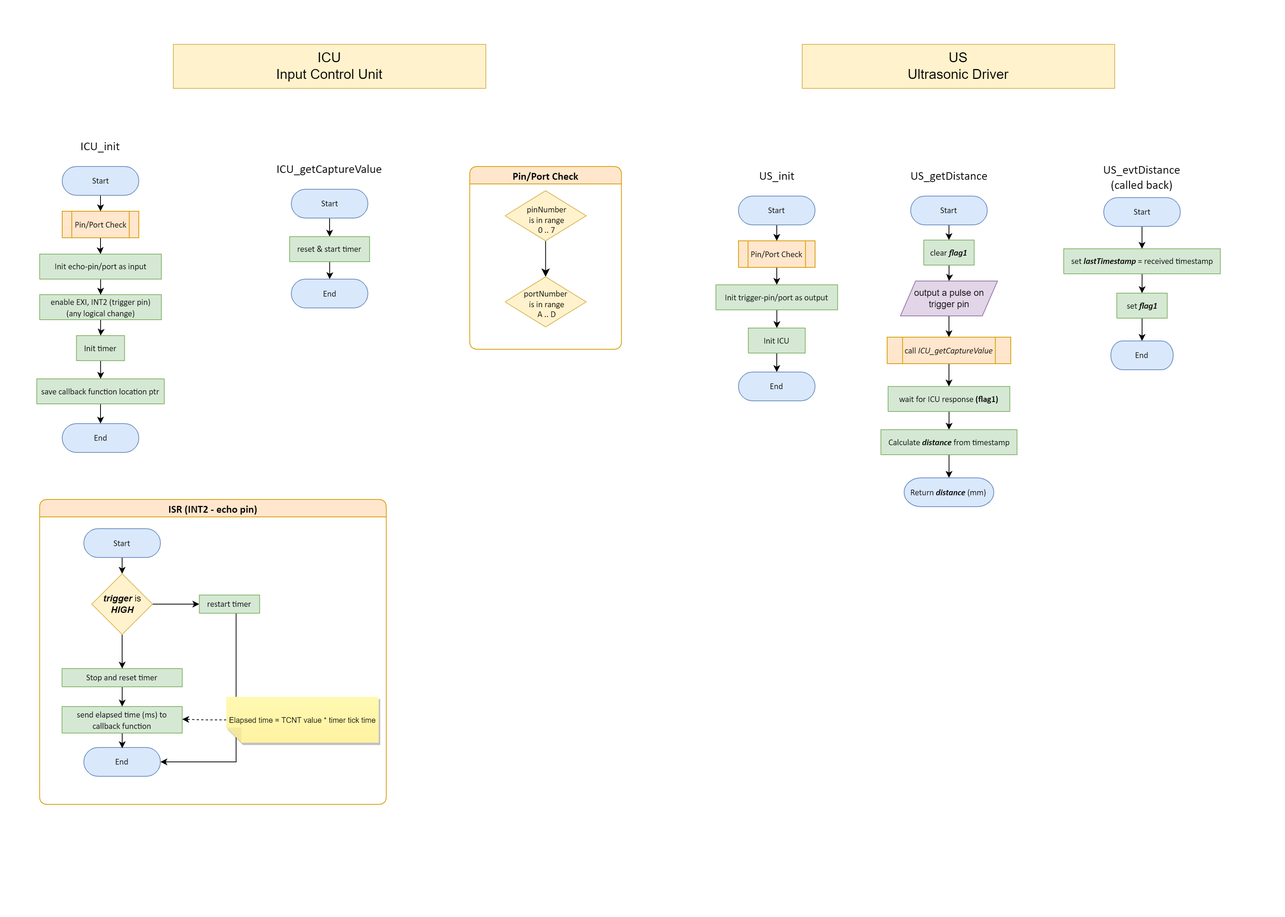
This is Embedded SW Design/S_STATIC_03 - Design an obstacle avoidance car/Flowcharts/Flowcharts - Images/ICU and US.drawio.png from HossamElwahsh/sprints-automotive, a draw.io export, as it was before one commit. Source tidied: cells renumbered, new cells last; positions are measured from the earlier drawing's top-left corner, leaving out a move shared by most shapes.
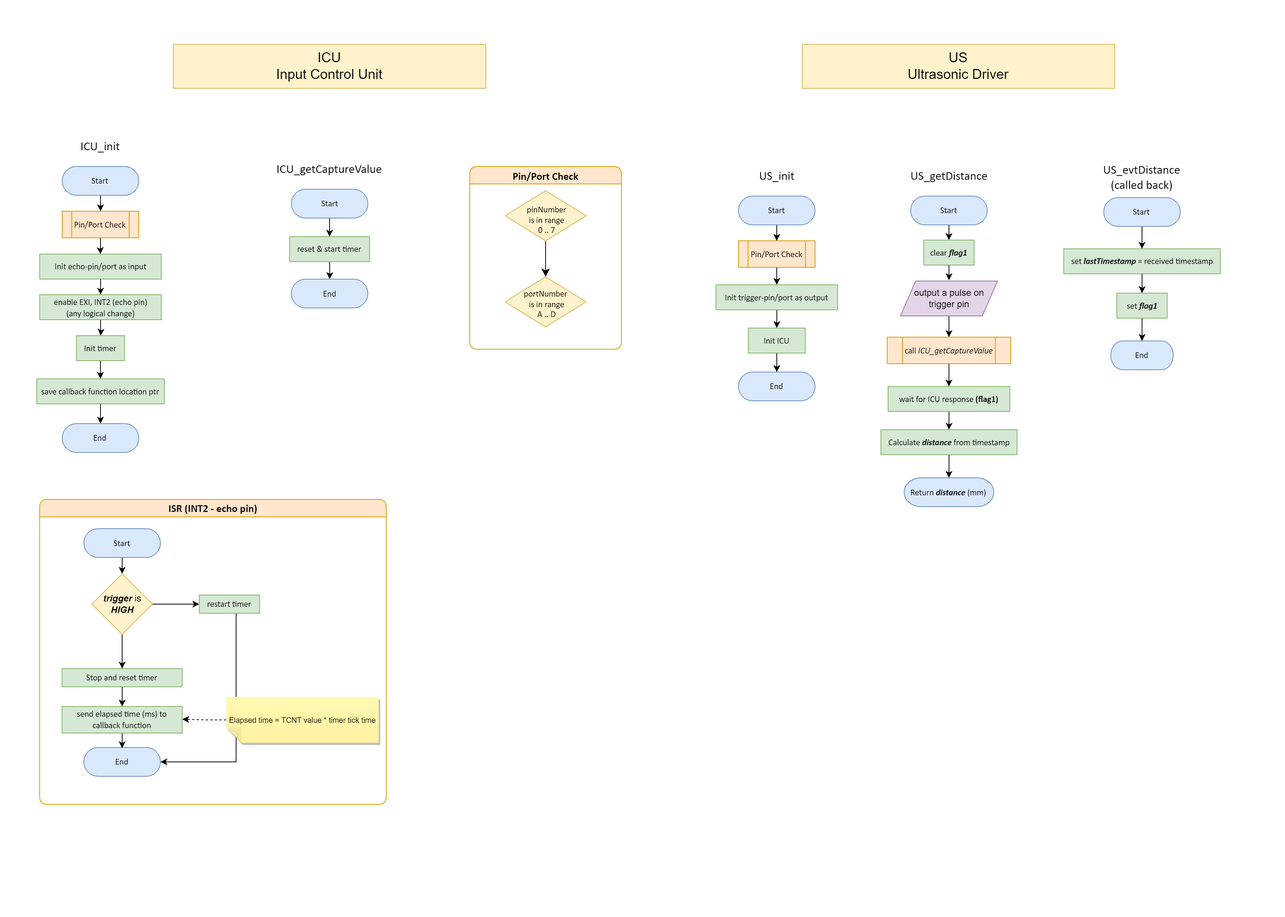
Later version of the same file.

The edit, as a diff of the source:
```diff
@@ -250,7 +250,7 @@
     <mxCell id="81" style="edgeStyle=orthogonalEdgeStyle;rounded=0;jettySize=auto;html=1;entryX=0.5;entryY=0;entryDx=0;entryDy=0;entryPerimeter=0;" parent="1" edge="1" source="82" target="27">
       <mxGeometry relative="1" as="geometry" />
     </mxCell>
-    <mxCell id="82" value="&lt;div style=&quot;&quot;&gt;&lt;span style=&quot;font-size: 11.29px;&quot;&gt;enable EXI, INT2 (trigger pin)&lt;br&gt;(any logical change)&lt;/span&gt;&lt;/div&gt;" style="verticalAlign=middle;align=center;overflow=width;vsdxID=274;fillColor=#d5e8d4;shape=(stored shape, 160 characters);strokeColor=#82b366;spacingTop=-1;spacingBottom=-1;spacingLeft=-1;spacingRight=-1;points=[[0,0.5,0],[1,0.5,0],[0.5,1,0],[0.5,0,0]];labelBackgroundColor=none;rounded=1;html=1;whiteSpace=wrap;fontFamily=Calibri;" parent="1" vertex="1">
+    <mxCell id="82" value="&lt;div style=&quot;&quot;&gt;&lt;span style=&quot;font-size: 11.29px;&quot;&gt;enable EXI, INT2 (echo pin)&lt;br&gt;(any logical change)&lt;/span&gt;&lt;/div&gt;" style="verticalAlign=middle;align=center;overflow=width;vsdxID=274;fillColor=#d5e8d4;shape=(stored shape, 160 characters);strokeColor=#82b366;spacingTop=-1;spacingBottom=-1;spacingLeft=-1;spacingRight=-1;points=[[0,0.5,0],[1,0.5,0],[0.5,1,0],[0.5,0,0]];labelBackgroundColor=none;rounded=1;html=1;whiteSpace=wrap;fontFamily=Calibri;" parent="1" vertex="1">
       <mxGeometry x="3.8" y="330" width="160.5" height="33" as="geometry" />
     </mxCell>
     <mxCell id="83" style="edgeStyle=orthogonalEdgeStyle;rounded=0;jettySize=auto;html=1;" parent="1" edge="1" source="84" target="82">
```
